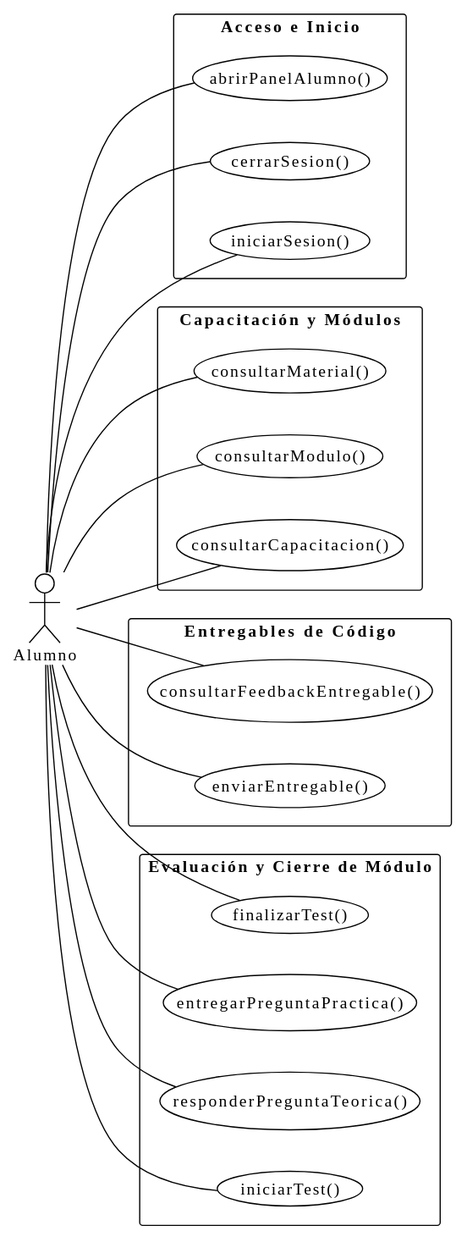
The PlantUML diagram images/RUP/01-requisitos/01-actores-casos-uso/actoresCasosUsoAlumno.svg in TheMoys/CTS-Academy, before a commit.
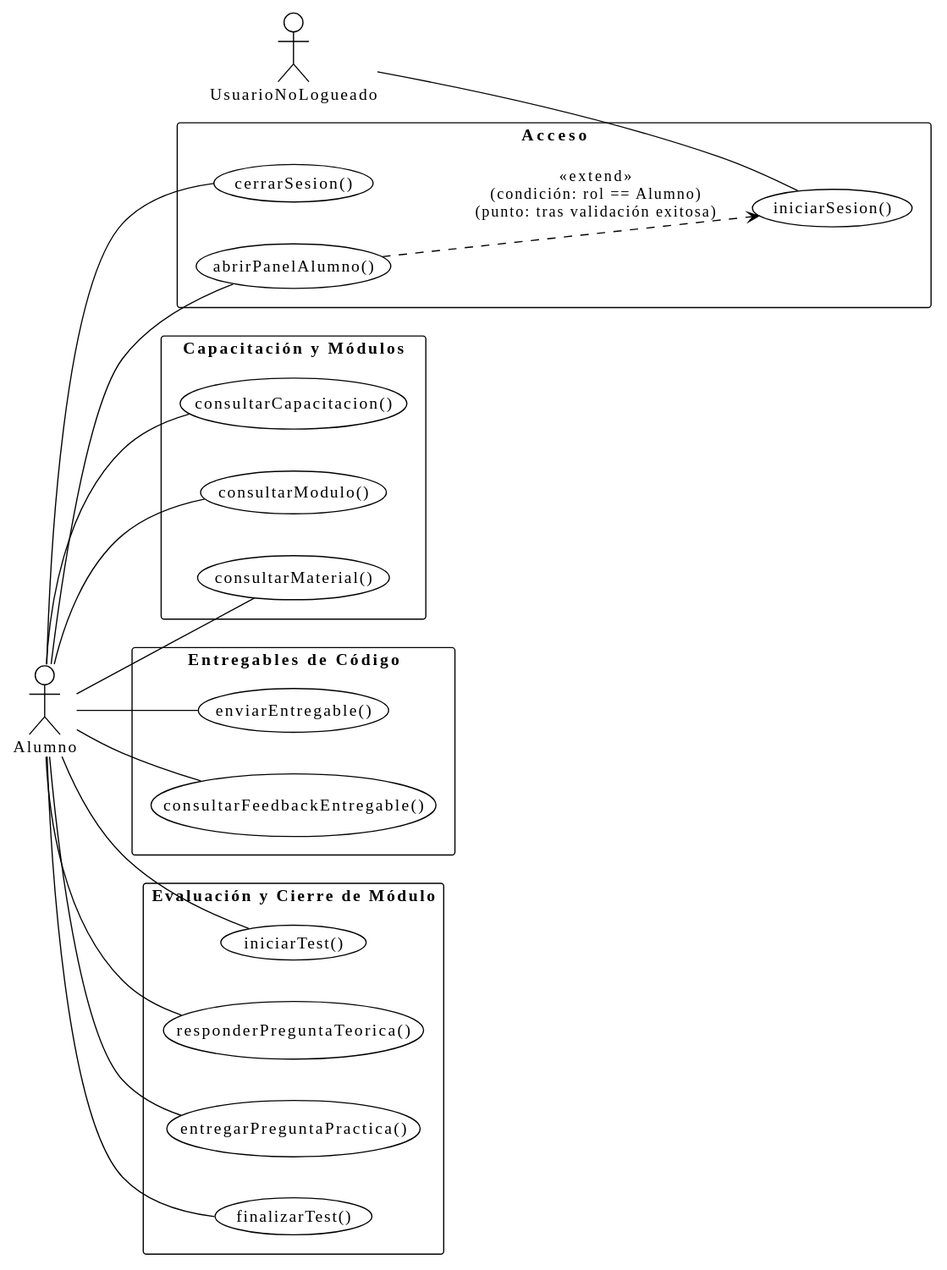
The same diagram one commit later.

Change to the diagram source:
```diff
@@ -3,13 +3,19 @@
 left to right direction
 skinparam packageStyle rectangle
 
+actor UsuarioNoLogueado
 actor Alumno
 
-package "Acceso e Inicio" {
+package "Acceso" {
   usecase iniciarSesion as "iniciarSesion()"
   usecase cerrarSesion as "cerrarSesion()"
   usecase abrirPanelAlumno as "abrirPanelAlumno()"
 }
+
+UsuarioNoLogueado -- iniciarSesion
+Alumno -- cerrarSesion
+Alumno -- abrirPanelAlumno
+abrirPanelAlumno ..> iniciarSesion : <<extend>>\n(condición: rol == Alumno)\n(punto: tras validación exitosa)
 
 package "Capacitación y Módulos" {
   usecase consultarCapacitacion as "consultarCapacitacion()"
@@ -29,10 +35,6 @@
   usecase finalizarTest as "finalizarTest()"
 }
 
-Alumno -- iniciarSesion
-Alumno -- cerrarSesion
-Alumno -- abrirPanelAlumno
-
 Alumno -- consultarCapacitacion
 Alumno -- consultarModulo
 Alumno -- consultarMaterial
```
